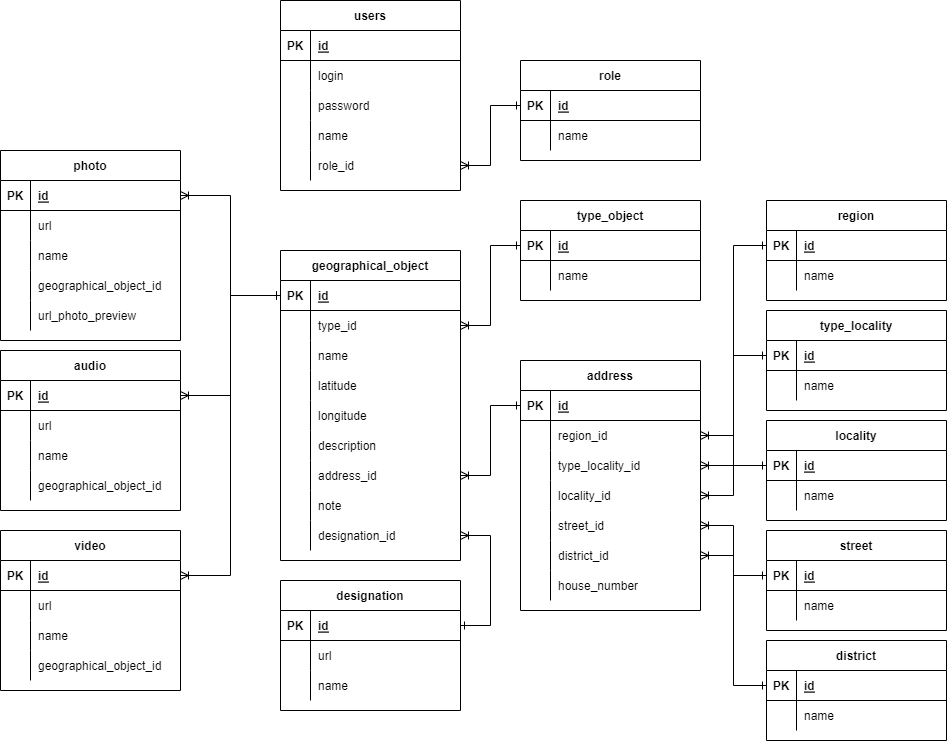
Earlier version of the draw.io export admin-guide/image/ER-model.png (mektogon/Geo-back). Source tidied: cells renumbered, new cells last; positions are measured from the earlier drawing's top-left corner, leaving out a move shared by most shapes.
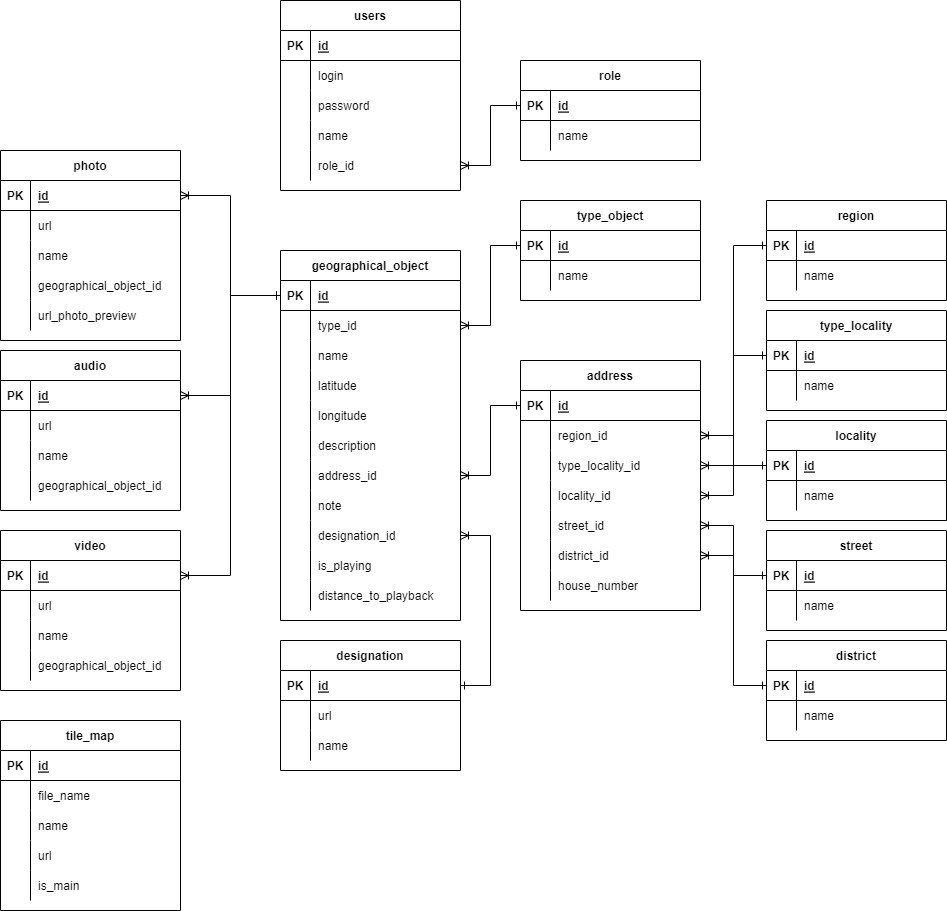
After the commit.

What changed in the source:
```diff
@@ -3,7 +3,7 @@
     <mxCell id="0" />
     <mxCell id="1" parent="0" />
     <mxCell id="2" value="geographical_object" style="shape=table;startSize=30;rowLines=0;fontStyle=1;align=center;" parent="1" vertex="1">
-      <mxGeometry x="280" y="250" width="180" height="310" as="geometry" />
+      <mxGeometry x="280" y="250" width="180" height="370" as="geometry" />
     </mxCell>
     <mxCell id="3" style="shape=tableRow;horizontal=0;startSize=0;swimlaneHead=0;swimlaneBody=0;fillColor=none;points=[[0,0.5],[1,0.5]];portConstraint=eastwest;top=0;left=0;right=0;bottom=1;" parent="2" vertex="1">
       <mxGeometry y="30" width="180" height="30" as="geometry" />
@@ -86,6 +86,24 @@
     <mxCell id="29" value="designation_id" style="shape=partialRectangle;fillColor=none;top=0;left=0;bottom=0;right=0;align=left;spacingLeft=6;overflow=hidden;" parent="27" vertex="1">
       <mxGeometry x="30" width="150" height="30" as="geometry" />
     </mxCell>
+    <mxCell id="181" style="shape=tableRow;horizontal=0;startSize=0;swimlaneHead=0;swimlaneBody=0;fillColor=none;top=0;left=0;right=0;bottom=0;" parent="2" vertex="1">
+      <mxGeometry y="300" width="180" height="30" as="geometry" />
+    </mxCell>
+    <mxCell id="182" style="shape=partialRectangle;fillColor=none;top=0;left=0;bottom=0;right=0;overflow=hidden;" parent="181" vertex="1">
+      <mxGeometry width="30" height="30" as="geometry" />
+    </mxCell>
+    <mxCell id="183" value="is_playing" style="shape=partialRectangle;fillColor=none;top=0;left=0;bottom=0;right=0;align=left;spacingLeft=6;overflow=hidden;" parent="181" vertex="1">
+      <mxGeometry x="30" width="150" height="30" as="geometry" />
+    </mxCell>
+    <mxCell id="184" style="shape=tableRow;horizontal=0;startSize=0;swimlaneHead=0;swimlaneBody=0;fillColor=none;top=0;left=0;right=0;bottom=0;" parent="2" vertex="1">
+      <mxGeometry y="330" width="180" height="30" as="geometry" />
+    </mxCell>
+    <mxCell id="185" style="shape=partialRectangle;fillColor=none;top=0;left=0;bottom=0;right=0;overflow=hidden;" parent="184" vertex="1">
+      <mxGeometry width="30" height="30" as="geometry" />
+    </mxCell>
+    <mxCell id="186" value="distance_to_playback" style="shape=partialRectangle;fillColor=none;top=0;left=0;bottom=0;right=0;align=left;spacingLeft=6;overflow=hidden;" parent="184" vertex="1">
+      <mxGeometry x="30" width="150" height="30" as="geometry" />
+    </mxCell>
     <mxCell id="30" value="type_object" style="shape=table;startSize=30;rowLines=0;fontStyle=1;align=center;" parent="1" vertex="1">
       <mxGeometry x="520" y="200" width="180" height="100" as="geometry" />
     </mxCell>
@@ -390,7 +408,7 @@
       <mxGeometry relative="1" as="geometry" />
     </mxCell>
     <mxCell id="131" value="designation" style="shape=table;startSize=30;rowLines=0;fontStyle=1;align=center;" parent="1" vertex="1">
-      <mxGeometry x="280" y="580" width="180" height="130" as="geometry" />
+      <mxGeometry x="280" y="640" width="180" height="130" as="geometry" />
     </mxCell>
     <mxCell id="132" style="shape=tableRow;horizontal=0;startSize=0;swimlaneHead=0;swimlaneBody=0;fillColor=none;points=[[0,0.5],[1,0.5]];portConstraint=eastwest;top=0;left=0;right=0;bottom=1;" parent="131" vertex="1">
       <mxGeometry y="30" width="180" height="30" as="geometry" />
@@ -446,7 +464,7 @@
     <mxCell id="149" style="fontSize=12;html=1;endArrow=ERoneToMany;rounded=0;entryX=1;entryY=0.5;entryDx=0;entryDy=0;startArrow=ERone;startFill=0;exitX=1;exitY=0.5;exitDx=0;exitDy=0;endFill=0;edgeStyle=orthogonalEdgeStyle;" parent="1" edge="1" source="132" target="27">
       <mxGeometry relative="1" as="geometry">
         <Array as="points">
-          <mxPoint x="490" y="625" />
+          <mxPoint x="490" y="685" />
           <mxPoint x="490" y="535" />
         </Array>
       </mxGeometry>
@@ -544,5 +562,53 @@
     <mxCell id="180" style="edgeStyle=orthogonalEdgeStyle;fontSize=12;html=1;endArrow=ERoneToMany;endFill=0;rounded=0;exitX=0;exitY=0.5;exitDx=0;exitDy=0;startArrow=ERone;startFill=0;entryX=1;entryY=0.5;entryDx=0;entryDy=0;" parent="1" edge="1" source="159" target="21">
       <mxGeometry relative="1" as="geometry" />
     </mxCell>
+    <mxCell id="187" value="tile_map" style="shape=table;startSize=30;rowLines=0;fontStyle=1;align=center;" parent="1" vertex="1">
+      <mxGeometry y="720" width="180" height="190" as="geometry" />
+    </mxCell>
+    <mxCell id="188" style="shape=tableRow;horizontal=0;startSize=0;swimlaneHead=0;swimlaneBody=0;fillColor=none;top=0;left=0;right=0;bottom=1;" parent="187" vertex="1">
+      <mxGeometry y="30" width="180" height="30" as="geometry" />
+    </mxCell>
+    <mxCell id="189" value="PK" style="shape=partialRectangle;fillColor=none;top=0;left=0;bottom=0;right=0;fontStyle=1;overflow=hidden;" parent="188" vertex="1">
+      <mxGeometry width="30" height="30" as="geometry" />
+    </mxCell>
+    <mxCell id="190" value="id" style="shape=partialRectangle;fillColor=none;top=0;left=0;bottom=0;right=0;align=left;spacingLeft=6;fontStyle=5;overflow=hidden;" parent="188" vertex="1">
+      <mxGeometry x="30" width="150" height="30" as="geometry" />
+    </mxCell>
+    <mxCell id="191" style="shape=tableRow;horizontal=0;startSize=0;swimlaneHead=0;swimlaneBody=0;fillColor=none;top=0;left=0;right=0;bottom=0;" parent="187" vertex="1">
+      <mxGeometry y="60" width="180" height="30" as="geometry" />
+    </mxCell>
+    <mxCell id="192" style="shape=partialRectangle;fillColor=none;top=0;left=0;bottom=0;right=0;overflow=hidden;" parent="191" vertex="1">
+      <mxGeometry width="30" height="30" as="geometry" />
+    </mxCell>
+    <mxCell id="193" value="file_name" style="shape=partialRectangle;fillColor=none;top=0;left=0;bottom=0;right=0;align=left;spacingLeft=6;overflow=hidden;" parent="191" vertex="1">
+      <mxGeometry x="30" width="150" height="30" as="geometry" />
+    </mxCell>
+    <mxCell id="194" style="shape=tableRow;horizontal=0;startSize=0;swimlaneHead=0;swimlaneBody=0;fillColor=none;top=0;left=0;right=0;bottom=0;" parent="187" vertex="1">
+      <mxGeometry y="90" width="180" height="30" as="geometry" />
+    </mxCell>
+    <mxCell id="195" style="shape=partialRectangle;fillColor=none;top=0;left=0;bottom=0;right=0;overflow=hidden;" parent="194" vertex="1">
+      <mxGeometry width="30" height="30" as="geometry" />
+    </mxCell>
+    <mxCell id="196" value="name" style="shape=partialRectangle;fillColor=none;top=0;left=0;bottom=0;right=0;align=left;spacingLeft=6;overflow=hidden;" parent="194" vertex="1">
+      <mxGeometry x="30" width="150" height="30" as="geometry" />
+    </mxCell>
+    <mxCell id="197" style="shape=tableRow;horizontal=0;startSize=0;swimlaneHead=0;swimlaneBody=0;fillColor=none;top=0;left=0;right=0;bottom=0;" parent="187" vertex="1">
+      <mxGeometry y="120" width="180" height="30" as="geometry" />
+    </mxCell>
+    <mxCell id="198" style="shape=partialRectangle;fillColor=none;top=0;left=0;bottom=0;right=0;overflow=hidden;" parent="197" vertex="1">
+      <mxGeometry width="30" height="30" as="geometry" />
+    </mxCell>
+    <mxCell id="199" value="url" style="shape=partialRectangle;fillColor=none;top=0;left=0;bottom=0;right=0;align=left;spacingLeft=6;overflow=hidden;" parent="197" vertex="1">
+      <mxGeometry x="30" width="150" height="30" as="geometry" />
+    </mxCell>
+    <mxCell id="200" style="shape=tableRow;horizontal=0;startSize=0;swimlaneHead=0;swimlaneBody=0;fillColor=none;top=0;left=0;right=0;bottom=0;" parent="187" vertex="1">
+      <mxGeometry y="150" width="180" height="30" as="geometry" />
+    </mxCell>
+    <mxCell id="201" style="shape=partialRectangle;fillColor=none;top=0;left=0;bottom=0;right=0;overflow=hidden;" parent="200" vertex="1">
+      <mxGeometry width="30" height="30" as="geometry" />
+    </mxCell>
+    <mxCell id="202" value="is_main" style="shape=partialRectangle;fillColor=none;top=0;left=0;bottom=0;right=0;align=left;spacingLeft=6;overflow=hidden;" parent="200" vertex="1">
+      <mxGeometry x="30" width="150" height="30" as="geometry" />
+    </mxCell>
   </root>
 </mxGraphModel>
```
